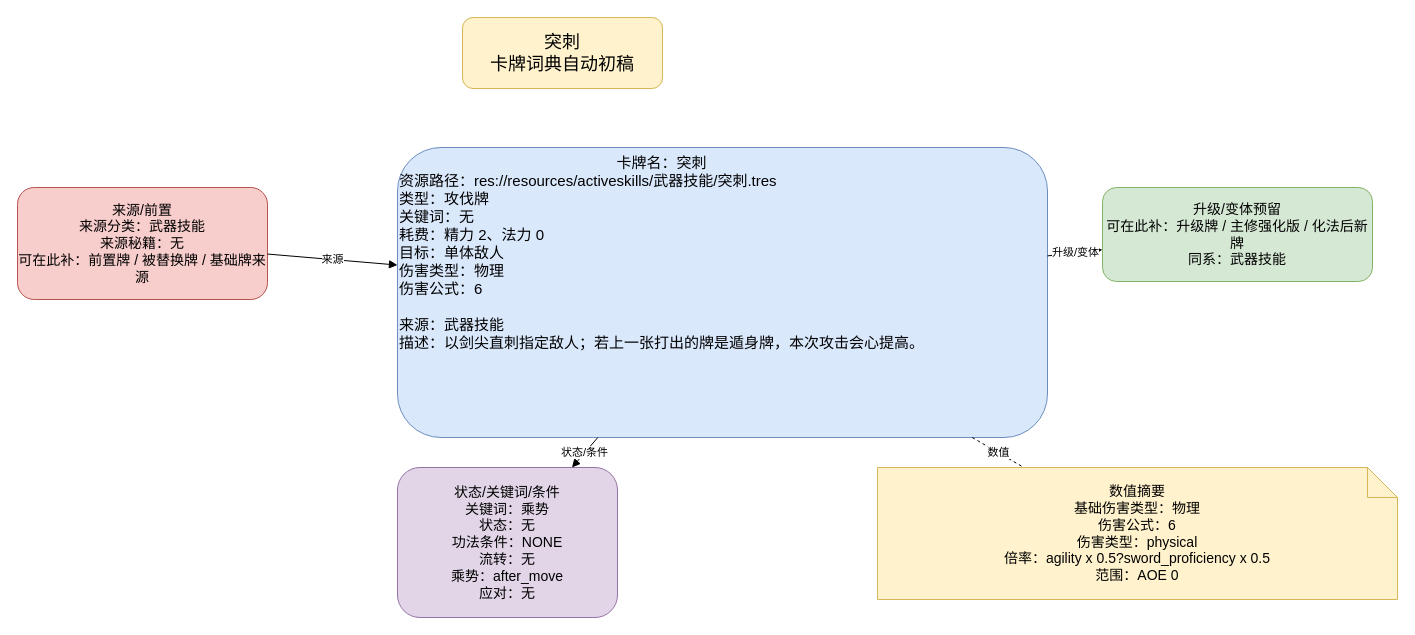
ankundanetracyc-spec/tian-guan-you-du keeps this draw.io diagram as docs/卡牌词典/武器技能/突刺.drawio. Above is the earlier version. Source tidied: cells renumbered, new cells numbered last; positions are measured from the earlier drawing's top-left corner, leaving out a move shared by most shapes. Both pictures are drawn from the tidied source at 100%, with x=0, y=0 at pixel (17, 17).
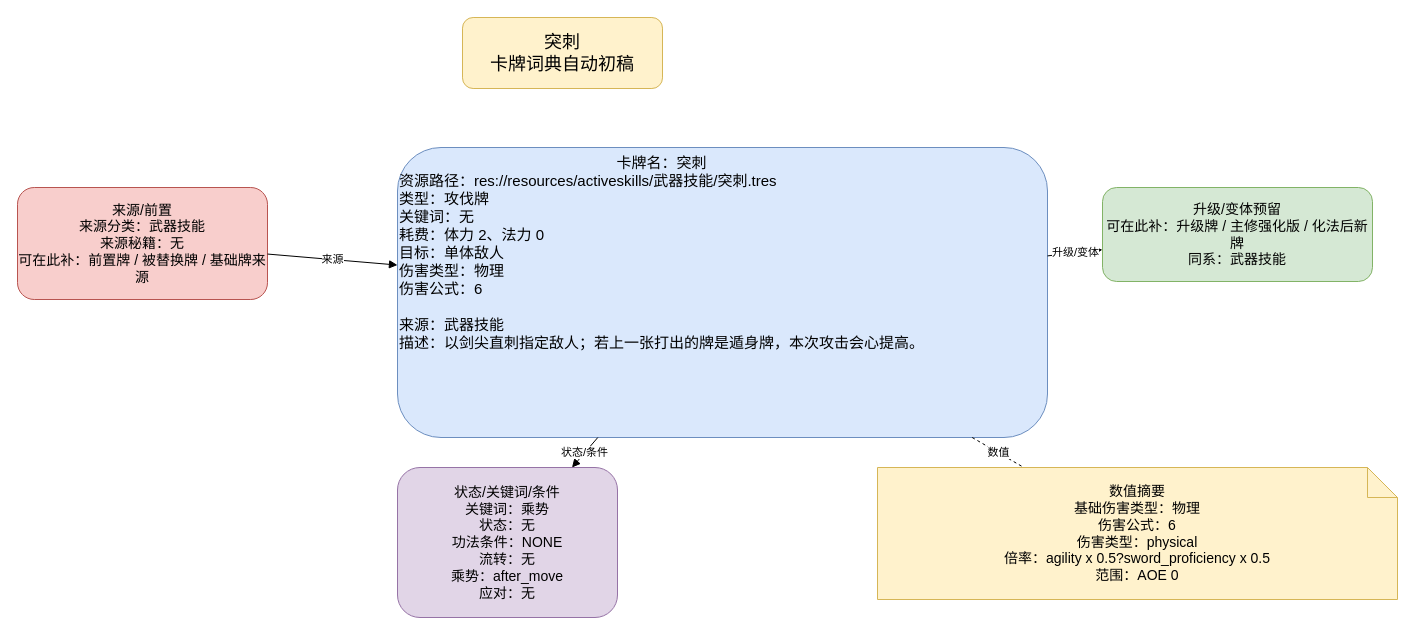
The same diagram, later.

The edit, as a diff of the source:
```diff
@@
 <mxGraphModel>
   <root>
     <mxCell id="0" />
     <mxCell id="1" parent="0" />
     <mxCell id="2" value="突刺&#10;卡牌词典自动初稿" style="rounded=1;whiteSpace=wrap;html=1;fillColor=#fff2cc;strokeColor=#d6b656;fontSize=18;" parent="1" vertex="1">
       <mxGeometry x="445" width="200" height="71" as="geometry" />
     </mxCell>
-    <mxCell id="3" value="&lt;div style=&quot;text-align:center;&quot;&gt;卡牌名：突刺&lt;/div&gt;&lt;div style=&quot;text-align:left;&quot;&gt;资源路径：res://resources/activeskills/武器技能/突刺.tres&lt;br&gt;类型：攻伐牌&lt;br&gt;关键词：无&lt;br&gt;耗费：精力 2、法力 0&lt;br&gt;目标：单体敌人&lt;br&gt;伤害类型：物理&lt;br&gt;伤害公式：6&lt;/div&gt;&lt;br&gt;来源：武器技能&lt;br&gt;描述：以剑尖直刺指定敌人；若上一张打出的牌是遁身牌，本次攻击会心提高。" style="rounded=1;whiteSpace=wrap;html=1;fillColor=#dae8fc;strokeColor=#6c8ebf;fontSize=15;align=left;verticalAlign=top;" parent="1" vertex="1">
+    <mxCell id="3" value="&lt;div style=&quot;text-align:center;&quot;&gt;卡牌名：突刺&lt;/div&gt;&lt;div style=&quot;text-align:left;&quot;&gt;资源路径：res://resources/activeskills/武器技能/突刺.tres&lt;br&gt;类型：攻伐牌&lt;br&gt;关键词：无&lt;br&gt;耗费：体力 2、法力 0&lt;br&gt;目标：单体敌人&lt;br&gt;伤害类型：物理&lt;br&gt;伤害公式：6&lt;/div&gt;&lt;br&gt;来源：武器技能&lt;br&gt;描述：以剑尖直刺指定敌人；若上一张打出的牌是遁身牌，本次攻击会心提高。" style="rounded=1;whiteSpace=wrap;html=1;fillColor=#dae8fc;strokeColor=#6c8ebf;fontSize=15;align=left;verticalAlign=top;" parent="1" vertex="1">
       <mxGeometry x="380" y="130" width="650" height="290" as="geometry" />
     </mxCell>
     <mxCell id="4" value="来源/前置&#10;来源分类：武器技能&#10;来源秘籍：无&#10;可在此补：前置牌 / 被替换牌 / 基础牌来源" style="rounded=1;whiteSpace=wrap;html=1;fillColor=#f8cecc;strokeColor=#b85450;fontSize=14;" parent="1" vertex="1">
       <mxGeometry y="170" width="250" height="112" as="geometry" />
     </mxCell>
     <mxCell id="5" value="升级/变体预留&#10;可在此补：升级牌 / 主修强化版 / 化法后新牌&#10;同系：武器技能" style="rounded=1;whiteSpace=wrap;html=1;fillColor=#d5e8d4;strokeColor=#82b366;fontSize=14;" parent="1" vertex="1">
       <mxGeometry x="1085" y="170" width="270" height="94" as="geometry" />
     </mxCell>
     <mxCell id="6" value="状态/关键词/条件&#10;关键词：乘势&#10;状态：无&#10;功法条件：NONE&#10;流转：无&#10;乘势：after_move&#10;应对：无" style="rounded=1;whiteSpace=wrap;html=1;fillColor=#e1d5e7;strokeColor=#9673a6;fontSize=14;" parent="1" vertex="1">
       <mxGeometry x="380" y="450" width="220" height="150" as="geometry" />
     </mxCell>
     <mxCell id="7" value="数值摘要&lt;br&gt;基础伤害类型：物理&lt;br&gt;伤害公式：6&lt;br&gt;伤害类型：physical&lt;br&gt;倍率：agility x 0.5?sword_proficiency x 0.5&lt;br&gt;范围：AOE 0" style="shape=note;whiteSpace=wrap;html=1;fillColor=#fff2cc;strokeColor=#d6b656;fontSize=14;" parent="1" vertex="1">
       <mxGeometry x="860" y="450" width="520" height="132" as="geometry" />
     </mxCell>
     <mxCell id="8" value="来源" style="endArrow=block;html=1;rounded=0;" parent="1" edge="1" source="4" target="3">
       <mxGeometry relative="1" as="geometry" />
     </mxCell>
     <mxCell id="9" value="升级/变体" style="endArrow=block;html=1;rounded=0;" parent="1" edge="1" source="3" target="5">
       <mxGeometry relative="1" as="geometry" />
     </mxCell>
     <mxCell id="10" value="状态/条件" style="endArrow=block;html=1;rounded=0;" parent="1" edge="1" source="3" target="6">
       <mxGeometry relative="1" as="geometry" />
     </mxCell>
     <mxCell id="11" value="数值" style="endArrow=none;dashed=1;html=1;" parent="1" edge="1" source="3" target="7">
       <mxGeometry relative="1" as="geometry" />
     </mxCell>
   </root>
 </mxGraphModel>
```
